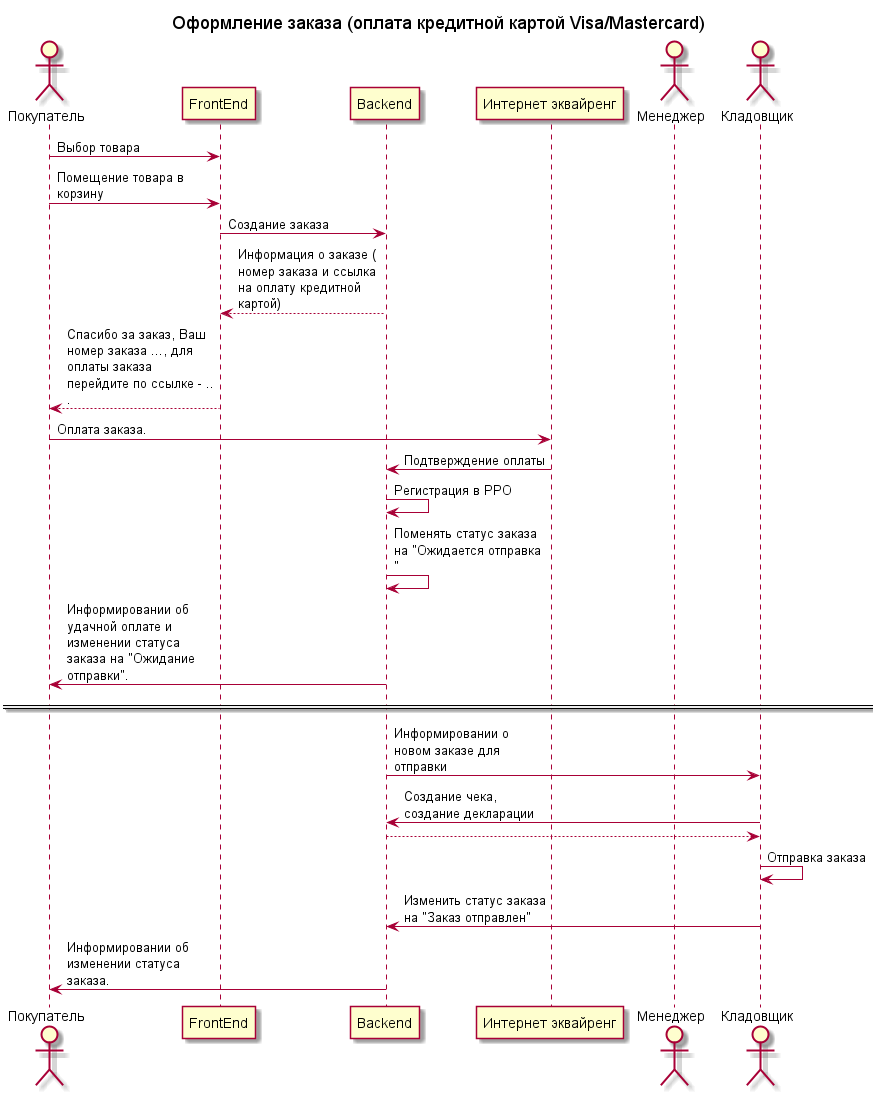
This is documentation/img/create_order_3.png from VadimShtukan/per.ua.ms, a PlantUML export, as it was before one commit. The source it was exported from:
```plantuml
@startuml
title Оформление заказа (оплата кредитной картой Visa/Mastercard)
skinparam maxmessagesize 150

actor Покупатель as User
participant "FrontEnd" as FrontEnd
participant "Backend" as Backend
participant "Интернет эквайренг" as PayService
actor Менеджер as Manager
actor Кладовщик as StockMan

User -> FrontEnd: Выбор товара
User -> FrontEnd: Помещение товара в корзину
FrontEnd -> Backend: Создание заказа
Backend --> FrontEnd: Информация о заказе (номер заказа и ссылка на оплату кредитной картой)
FrontEnd --> User: Спасибо за заказ, Ваш номер заказа ..., для оплаты заказа перейдите по ссылке - ...
User -> PayService: Оплата заказа.
PayService -> Backend: Подтверждение оплаты
Backend -> Backend: Регистрация в РРО
Backend -> Backend: Поменять статус заказа на "Ожидается отправка"
Backend -> User: Информировании об удачной оплате и изменении статуса заказа на "Ожидание отправки".

==  ==
Backend -> StockMan: Информировании о новом заказе для отправки
StockMan -> Backend: Создание чека, создание декларации
Backend --> StockMan:
StockMan -> StockMan: Отправка заказа
StockMan -> Backend: Изменить статус заказа на "Заказ отправлен"
Backend -> User: Информировании об изменении статуса заказа.


@enduml
```
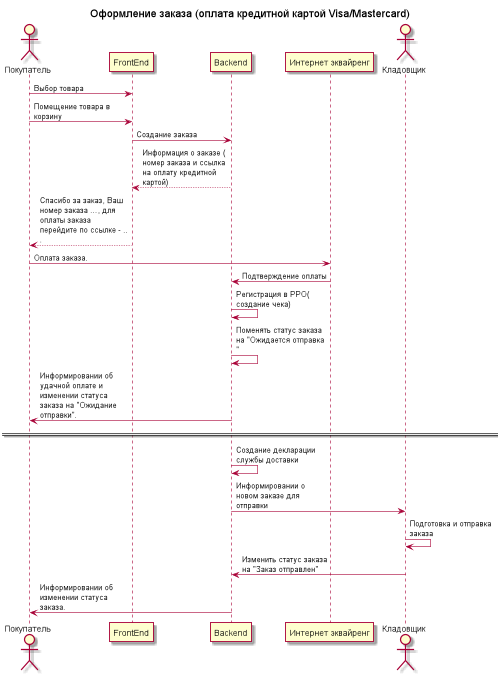
Later version of the same file.

Change to the diagram source:
```diff
@@ -6,7 +6,6 @@
 participant "FrontEnd" as FrontEnd
 participant "Backend" as Backend
 participant "Интернет эквайренг" as PayService
-actor Менеджер as Manager
 actor Кладовщик as StockMan
 
 User -> FrontEnd: Выбор товара
@@ -16,15 +15,14 @@
 FrontEnd --> User: Спасибо за заказ, Ваш номер заказа ..., для оплаты заказа перейдите по ссылке - ...
 User -> PayService: Оплата заказа.
 PayService -> Backend: Подтверждение оплаты
-Backend -> Backend: Регистрация в РРО
+Backend -> Backend: Регистрация в РРО(создание чека)
 Backend -> Backend: Поменять статус заказа на "Ожидается отправка"
 Backend -> User: Информировании об удачной оплате и изменении статуса заказа на "Ожидание отправки".
 
 ==  ==
+Backend -> Backend: Создание декларации службы доставки
 Backend -> StockMan: Информировании о новом заказе для отправки
-StockMan -> Backend: Создание чека, создание декларации
-Backend --> StockMan:
-StockMan -> StockMan: Отправка заказа
+StockMan -> StockMan: Подготовка и отправка заказа
 StockMan -> Backend: Изменить статус заказа на "Заказ отправлен"
 Backend -> User: Информировании об изменении статуса заказа.
 
```
